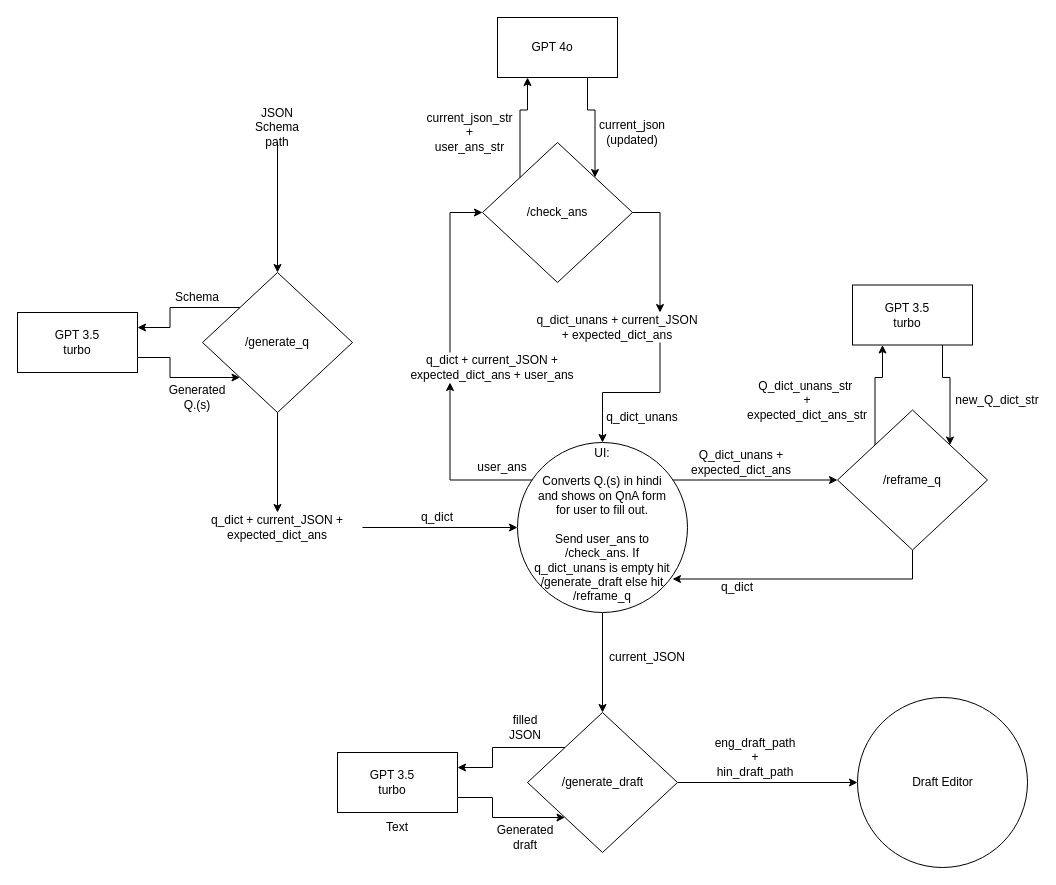
This is AI Copilot Working.drawio from District-Administration-Varanasi/court-judgement, a draw.io file, before an edit. Source tidied: cells renumbered, new cells numbered last; positions are measured from the earlier drawing's top-left corner, leaving out a move shared by most shapes. Both pictures are drawn from the tidied source at 100%, with x=0, y=0 at pixel (17, 17).
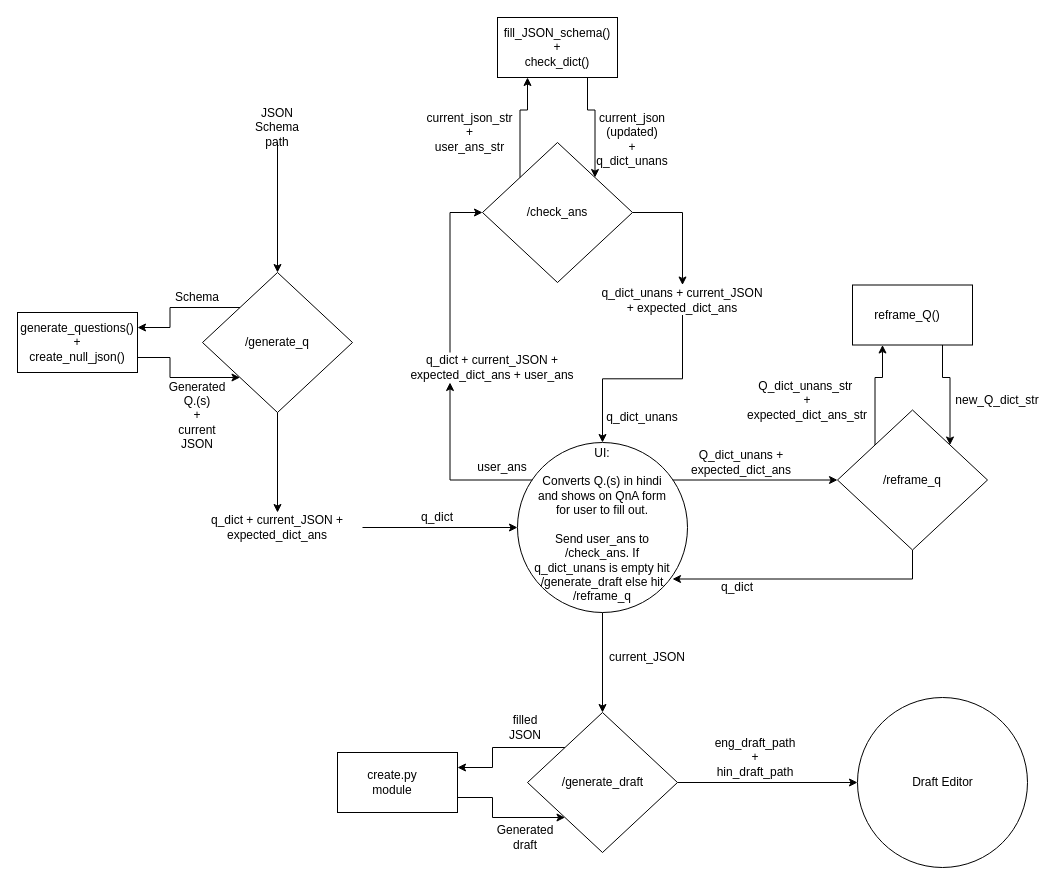
After the change.

The change refers to these unchanged cells:
```xml
<mxCell id="2" style="group;" parent="1" vertex="1">
  <mxGeometry y="295" width="120" height="60" as="geometry" />
</mxCell>
<mxCell id="7" style="group;" parent="1" vertex="1">
  <mxGeometry x="185" y="255" width="150" height="140" as="geometry" />
</mxCell>
<mxCell id="31" style="group;" parent="1" vertex="1">
  <mxGeometry x="320" y="735" width="120" height="60" as="geometry" />
</mxCell>
<mxCell id="44" value="&lt;div&gt;&lt;br&gt;&lt;/div&gt;UI:&lt;br&gt;&lt;br&gt;Converts Q.(s) in hindi and shows on QnA form for user to fill out.&lt;br&gt;&lt;br&gt;Send user_ans to /check_ans. If q_dict_unans is empty hit /generate_draft else hit /reframe_q" style="text;html=1;align=center;verticalAlign=middle;whiteSpace=wrap;rounded=0;" parent="1" vertex="1">
  <mxGeometry x="515" y="425" width="140" height="150" as="geometry" />
</mxCell>
<mxCell id="45" style="group;" parent="1" vertex="1">
  <mxGeometry x="405" width="240" height="265" as="geometry" />
</mxCell>
<mxCell id="46" style="group;" parent="45" vertex="1">
  <mxGeometry x="75" width="120" height="60" as="geometry" />
</mxCell>
<mxCell id="52" style="rhombus;whiteSpace=wrap;html=1;" parent="51" vertex="1">
  <mxGeometry width="150" height="140" as="geometry" />
</mxCell>
<mxCell id="62" style="group;" parent="61" vertex="1">
  <mxGeometry width="120" height="60" as="geometry" />
</mxCell>
```

Diff of the diagram source:
```diff
@@
-    <mxCell id="4" value="GPT 3.5 turbo" style="text;html=1;align=center;verticalAlign=middle;whiteSpace=wrap;rounded=0;" parent="2" vertex="1">
+    <mxCell id="4" value="generate_questions()&lt;div&gt;+&lt;/div&gt;&lt;div&gt;create_null_json()&lt;br&gt;&lt;/div&gt;" style="text;html=1;align=center;verticalAlign=middle;whiteSpace=wrap;rounded=0;" parent="2" vertex="1">
       <mxGeometry x="30" y="15" width="60" height="30" as="geometry" />
     </mxCell>
@@
-    <mxCell id="10" value="Generated Q.(s)" style="text;html=1;align=center;verticalAlign=middle;whiteSpace=wrap;rounded=0;" parent="7" vertex="1">
-      <mxGeometry x="-35" y="110" width="60" height="30" as="geometry" />
+    <mxCell id="10" value="Generated Q.(s)&lt;div&gt;+&lt;/div&gt;&lt;div&gt;current JSON&lt;/div&gt;" style="text;html=1;align=center;verticalAlign=middle;whiteSpace=wrap;rounded=0;" parent="7" vertex="1">
+      <mxGeometry x="-35" y="128" width="60" height="30" as="geometry" />
     </mxCell>
@@
     <mxCell id="21" value="q_dict_unans + current_JSON + expected_dict_ans" style="text;html=1;align=center;verticalAlign=middle;whiteSpace=wrap;rounded=0;" parent="1" vertex="1">
-      <mxGeometry x="515" y="295" width="170" height="30" as="geometry" />
+      <mxGeometry x="580" y="267.5" width="170" height="30" as="geometry" />
     </mxCell>
-    <mxCell id="22" style="edgeStyle=orthogonalEdgeStyle;rounded=0;jettySize=auto;html=1;exitX=1;exitY=0.5;exitDx=0;exitDy=0;entryX=0.75;entryY=0;entryDx=0;entryDy=0;" parent="1" edge="1" source="52" target="21">
+    <mxCell id="22" style="edgeStyle=orthogonalEdgeStyle;rounded=0;jettySize=auto;html=1;exitX=1;exitY=0.5;exitDx=0;exitDy=0;entryX=0.5;entryY=0;entryDx=0;entryDy=0;" parent="1" edge="1" source="52" target="21">
       <mxGeometry relative="1" as="geometry" />
     </mxCell>
@@
-    <mxCell id="33" value="GPT 3.5 turbo" style="text;html=1;align=center;verticalAlign=middle;whiteSpace=wrap;rounded=0;" parent="31" vertex="1">
+    <mxCell id="33" value="create.py module" style="text;html=1;align=center;verticalAlign=middle;whiteSpace=wrap;rounded=0;" parent="31" vertex="1">
       <mxGeometry x="25" y="15" width="60" height="30" as="geometry" />
     </mxCell>
@@
-    <mxCell id="36" value="Text" style="text;html=1;align=center;verticalAlign=middle;whiteSpace=wrap;rounded=0;" parent="1" vertex="1">
-      <mxGeometry x="350" y="795" width="60" height="30" as="geometry" />
-    </mxCell>
@@
-    <mxCell id="48" value="GPT 4o" style="text;html=1;align=center;verticalAlign=middle;whiteSpace=wrap;rounded=0;" parent="46" vertex="1">
-      <mxGeometry x="25" y="15" width="60" height="30" as="geometry" />
+    <mxCell id="48" value="fill_JSON_schema()&lt;div&gt;+&lt;/div&gt;&lt;div&gt;check_dict()&lt;br&gt;&lt;/div&gt;" style="text;html=1;align=center;verticalAlign=middle;whiteSpace=wrap;rounded=0;" parent="46" vertex="1">
+      <mxGeometry x="30" y="15" width="60" height="30" as="geometry" />
     </mxCell>
@@
-    <mxCell id="50" value="current_json&lt;div&gt;(updated)&lt;/div&gt;" style="text;html=1;align=center;verticalAlign=middle;whiteSpace=wrap;rounded=0;" parent="45" vertex="1">
-      <mxGeometry x="180" y="100" width="60" height="30" as="geometry" />
+    <mxCell id="50" value="current_json&lt;div&gt;(updated)&lt;br&gt;+&lt;/div&gt;&lt;div&gt;q_dict_unans&lt;/div&gt;" style="text;html=1;align=center;verticalAlign=middle;whiteSpace=wrap;rounded=0;" parent="45" vertex="1">
+      <mxGeometry x="180" y="107" width="60" height="30" as="geometry" />
     </mxCell>
@@
-    <mxCell id="56" style="edgeStyle=orthogonalEdgeStyle;rounded=0;jettySize=auto;html=1;exitX=0.75;exitY=1;exitDx=0;exitDy=0;" parent="1" edge="1" source="21" target="44">
+    <mxCell id="56" style="edgeStyle=orthogonalEdgeStyle;rounded=0;jettySize=auto;html=1;exitX=0.5;exitY=1;exitDx=0;exitDy=0;" parent="1" edge="1" source="21" target="44">
       <mxGeometry relative="1" as="geometry" />
     </mxCell>
@@
-    <mxCell id="64" value="GPT 3.5 turbo" style="text;html=1;align=center;verticalAlign=middle;whiteSpace=wrap;rounded=0;" parent="62" vertex="1">
+    <mxCell id="64" value="reframe_Q()" style="text;html=1;align=center;verticalAlign=middle;whiteSpace=wrap;rounded=0;" parent="62" vertex="1">
       <mxGeometry x="25" y="15" width="60" height="30" as="geometry" />
     </mxCell>
```
